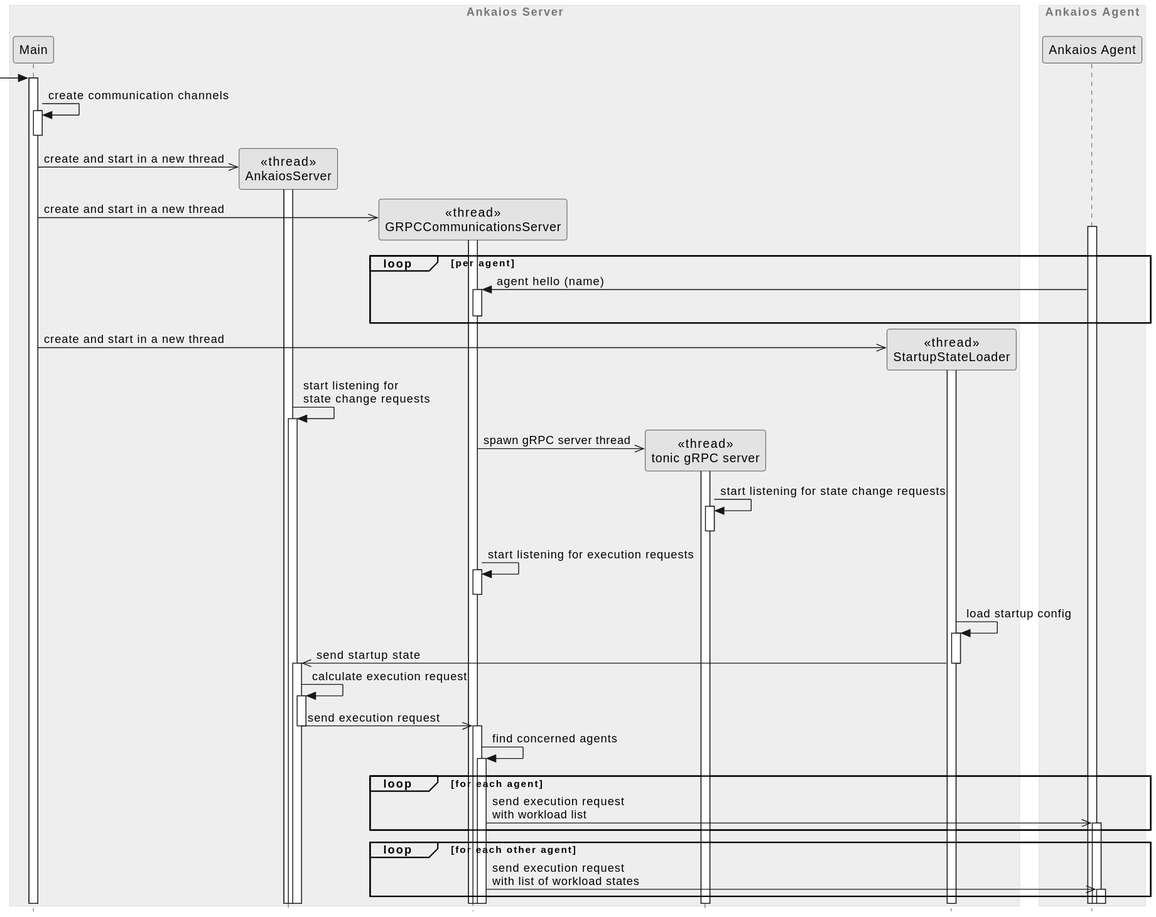
Before: server/doc/swdesign/plantuml/seq_startup.svg, a diagram exported from PlantUML (eclipse-ankaios/ankaios). Source of this version:
```plantuml
@startuml
!include clean.skin

box "Ankaios Server"
participant Main as main
participant "<<thread>>\nAnkaiosServer" as server


participant "<<thread>>\nGRPCCommunicationsServer" as grpc_server
participant "<<thread>>\ntonic gRPC server" as tonic_server


participant "<<thread>>\nStartupStateLoader" as state_loader
end box

box "Ankaios Agent"
    participant "Ankaios Agent" as agent
end box

-> main ++
main -> main ++--: create communication channels
main ->> server **: create and start in a new thread
activate server
main ->> grpc_server ** : create and start in a new thread
activate grpc_server

activate agent
loop per agent
    agent -> grpc_server ++: agent hello (name)
    deactivate grpc_server
end

main ->> state_loader ** : create and start in a new thread
activate state_loader

server -> server ++: start listening for \nstate change requests

grpc_server ->> tonic_server **: spawn gRPC server thread
activate tonic_server
tonic_server -> tonic_server ++--: start listening for state change requests

grpc_server -> grpc_server ++--: start listening for execution requests /'evil laughter'/

state_loader -> state_loader ++: load startup config
state_loader ->> server --++: send startup state

server -> server ++: calculate execution request

server ->> grpc_server --++: send execution request

grpc_server -> grpc_server ++: find concerned agents

loop for each agent
    grpc_server ->> agent ++:send execution request \nwith workload list
end
loop for each other agent
    grpc_server ->> agent ++:send execution request \nwith list of workload states
end
@enduml
```
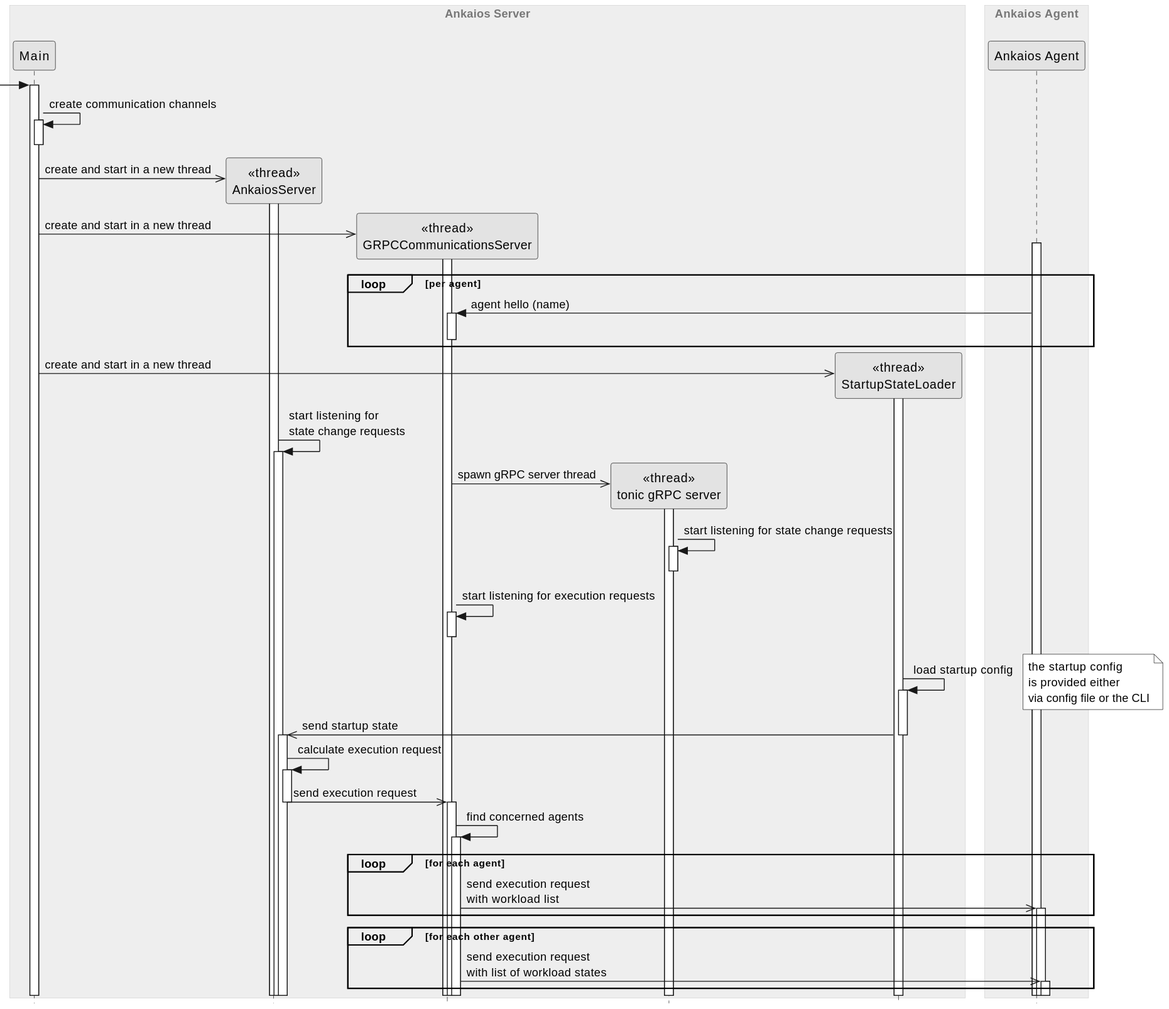
After the commit.

Diff of the diagram source:
```diff
@@ -1,5 +1,5 @@
 @startuml
-!include clean.skin
+!include ../../../../resources/doc/plantuml/clean.skin
 
 box "Ankaios Server"
 participant Main as main
@@ -42,6 +42,7 @@
 grpc_server -> grpc_server ++--: start listening for execution requests /'evil laughter'/
 
 state_loader -> state_loader ++: load startup config
+note right: the startup config\nis provided either\nvia config file or the CLI
 state_loader ->> server --++: send startup state
 
 server -> server ++: calculate execution request
```
